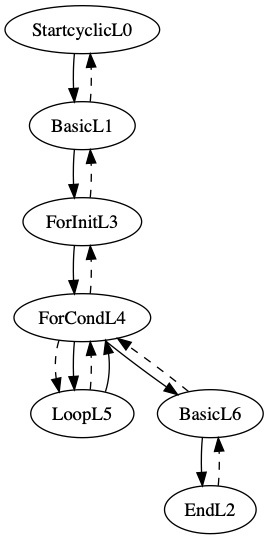
Earlier version of the Graphviz export cfg.png (thomassimko/thesis-code-duplication). Its source is kept beside it as cfg.gv.
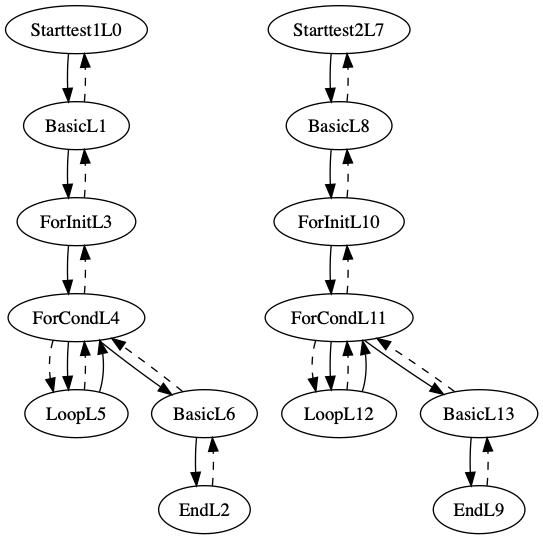
The same diagram one commit later.

The edit, as a diff of the source:
```diff
@@ -1,7 +1,7 @@
 digraph G {
 size ="8.5,11";
-StartcyclicL0 -> BasicL1
-BasicL1 -> StartcyclicL0 [style=dashed]
+Starttest1L0 -> BasicL1
+BasicL1 -> Starttest1L0 [style=dashed]
 BasicL1 -> ForInitL3
 ForInitL3 -> BasicL1 [style=dashed]
 ForInitL3 -> ForCondL4
@@ -14,4 +14,18 @@
 BasicL6 -> ForCondL4 [style=dashed]
 BasicL6 -> EndL2
 EndL2 -> BasicL6 [style=dashed]
+Starttest2L7 -> BasicL8
+BasicL8 -> Starttest2L7 [style=dashed]
+BasicL8 -> ForInitL10
+ForInitL10 -> BasicL8 [style=dashed]
+ForInitL10 -> ForCondL11
+ForCondL11 -> ForInitL10 [style=dashed]
+ForCondL11 -> LoopL12 [style=dashed]
+ForCondL11 -> LoopL12
+LoopL12 -> ForCondL11 [style=dashed]
+LoopL12 -> ForCondL11
+ForCondL11 -> BasicL13
+BasicL13 -> ForCondL11 [style=dashed]
+BasicL13 -> EndL9
+EndL9 -> BasicL13 [style=dashed]
 }
```
